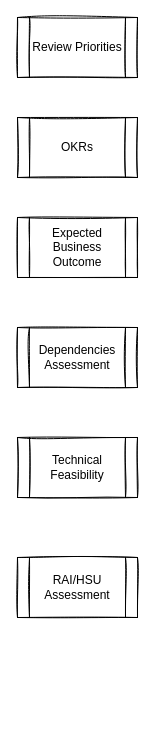
The draw.io diagram page "Triage Steps" (2 of 2) of HRU Process.drawio in sebastiano-fuccio/ABB-Partership, before the edit. Source tidied: cells renumbered, new cells numbered last; positions are measured from the earlier drawing's top-left corner, leaving out a move shared by most shapes. Both pictures are drawn from the tidied source at 100%, with x=0, y=0 at pixel (17, 17).
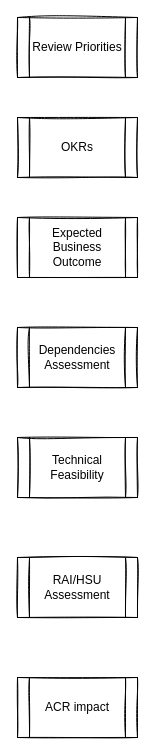
The same diagram, later.

Change to the diagram source:
```diff
@@
 <mxGraphModel>
   <root>
     <mxCell id="0" />
     <mxCell id="1" parent="0" />
     <mxCell id="2" value="Review Priorities" style="shape=process;whiteSpace=wrap;html=1;backgroundOutline=1;sketch=1;" parent="1" vertex="1">
       <mxGeometry width="120" height="60" as="geometry" />
     </mxCell>
     <mxCell id="3" value="OKRs" style="shape=process;whiteSpace=wrap;html=1;backgroundOutline=1;sketch=1;" parent="1" vertex="1">
       <mxGeometry y="100" width="120" height="60" as="geometry" />
     </mxCell>
     <mxCell id="4" value="Expected Business Outcome" style="shape=process;whiteSpace=wrap;html=1;backgroundOutline=1;sketch=1;" parent="1" vertex="1">
       <mxGeometry y="200" width="120" height="60" as="geometry" />
     </mxCell>
     <mxCell id="5" value="Dependencies Assessment" style="shape=process;whiteSpace=wrap;html=1;backgroundOutline=1;sketch=1;" parent="1" vertex="1">
       <mxGeometry y="310" width="120" height="60" as="geometry" />
     </mxCell>
     <mxCell id="6" value="Technical Feasibility" style="shape=process;whiteSpace=wrap;html=1;backgroundOutline=1;sketch=1;" parent="1" vertex="1">
       <mxGeometry y="420" width="120" height="60" as="geometry" />
     </mxCell>
     <mxCell id="7" value="RAI/HSU Assessment" style="shape=process;whiteSpace=wrap;html=1;backgroundOutline=1;sketch=1;" parent="1" vertex="1">
       <mxGeometry y="540" width="120" height="60" as="geometry" />
     </mxCell>
+    <mxCell id="8" value="ACR impact" style="shape=process;whiteSpace=wrap;html=1;backgroundOutline=1;sketch=1;" parent="1" vertex="1">
+      <mxGeometry y="660" width="120" height="60" as="geometry" />
+    </mxCell>
   </root>
 </mxGraphModel>
```
